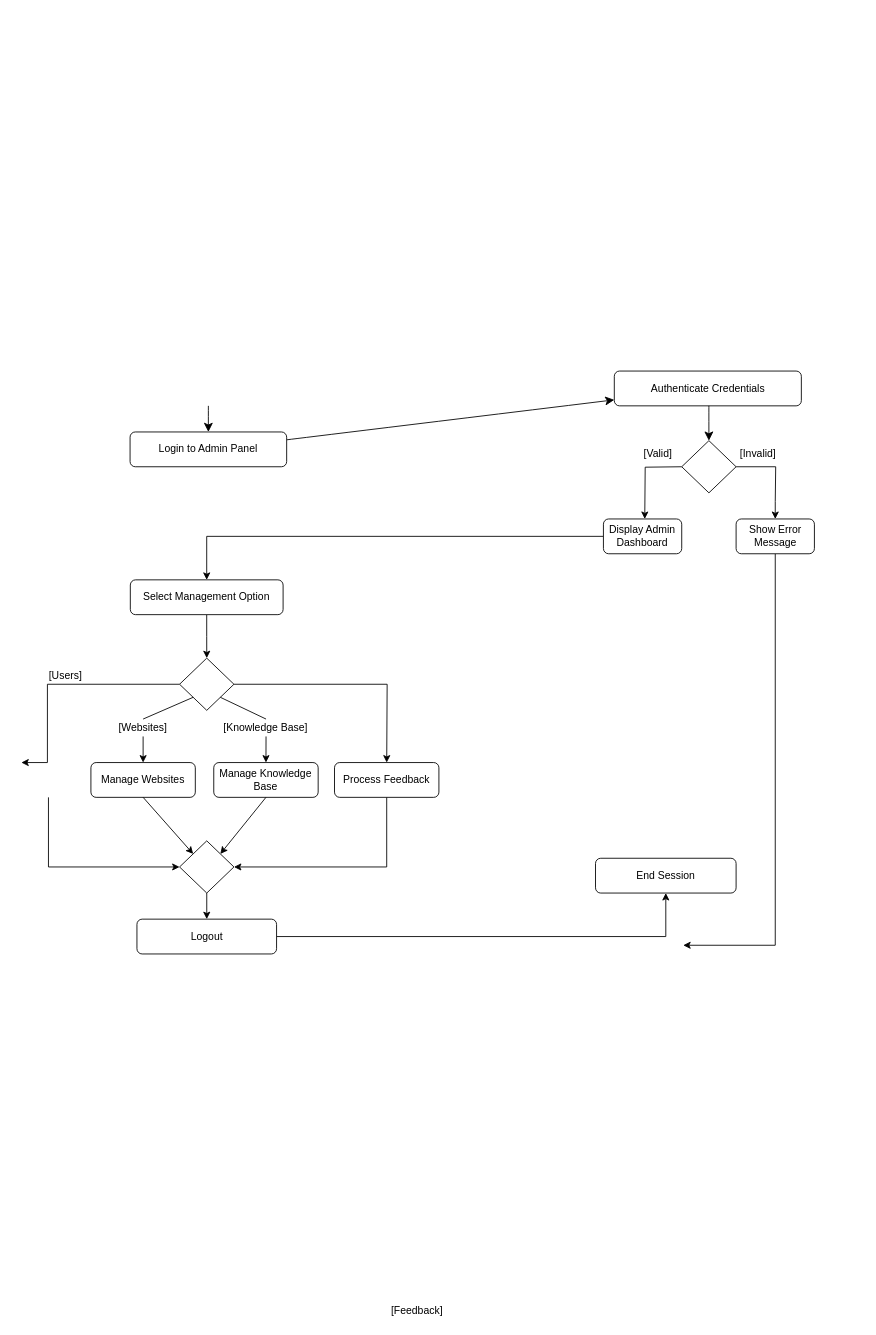
Above: page "Page-1" (4 of 9) of Untitled Diagram.drawio in FrozenEnigma51051/Draw.io (draw.io), before the change. Source tidied: cells renumbered, new cells numbered last; positions are measured from the earlier drawing's top-left corner, leaving out a move shared by most shapes. Both pictures are drawn from the tidied source at 87%, with x=0, y=0 at pixel (21, 23).
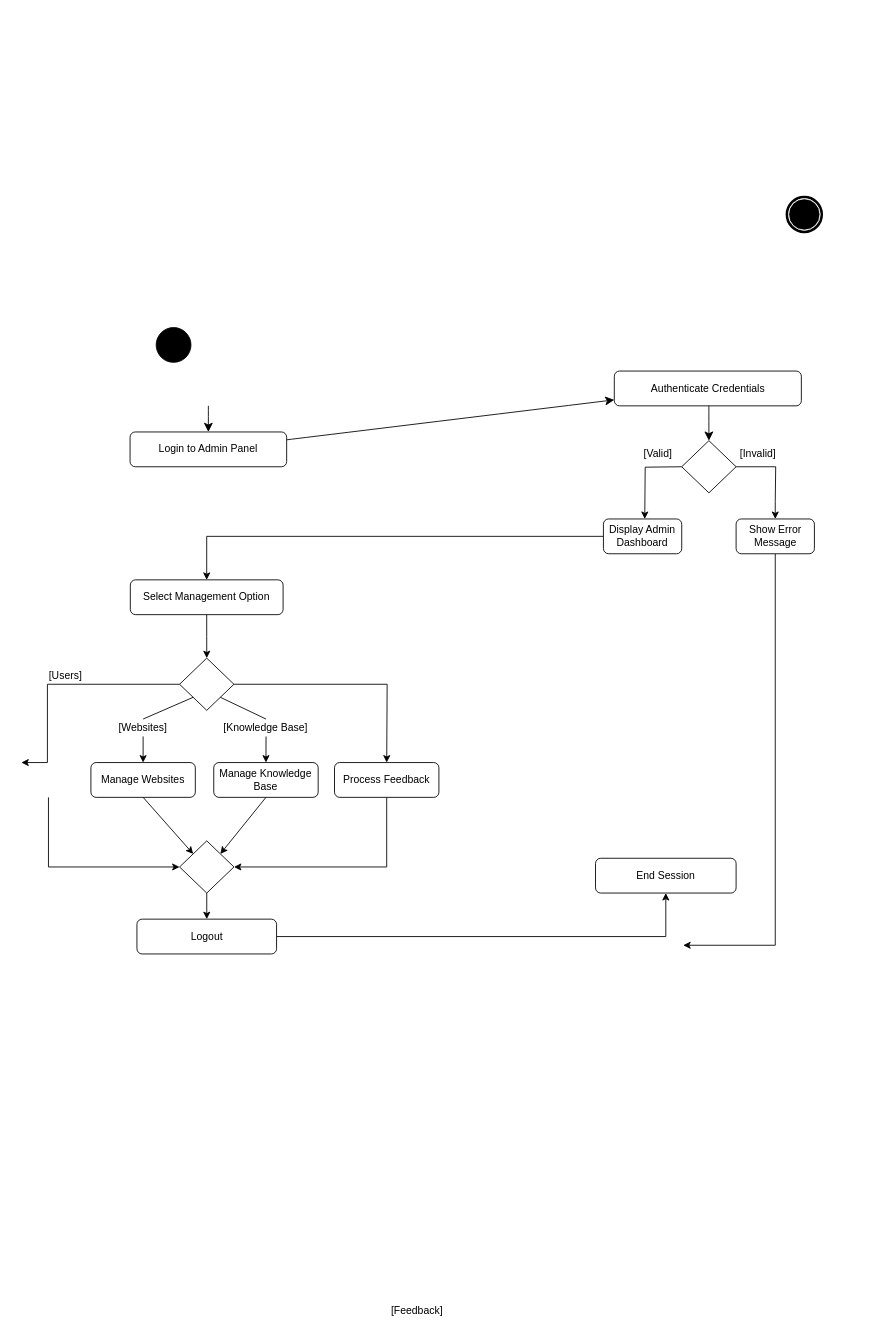
After the change.

Diff of the diagram source:
```diff
@@
+    <mxCell id="43" style="ellipse;whiteSpace=wrap;html=1;rounded=0;shadow=0;comic=0;labelBackgroundColor=none;strokeWidth=1;fillColor=#000000;fontFamily=Verdana;fontSize=12;align=center;" parent="1" vertex="1">
+      <mxGeometry x="155" y="350" width="40" height="40" as="geometry" />
+    </mxCell>
+    <mxCell id="44" style="shape=mxgraph.bpmn.shape;html=1;verticalLabelPosition=bottom;labelBackgroundColor=#ffffff;verticalAlign=top;perimeter=ellipsePerimeter;outline=end;symbol=terminate;rounded=0;shadow=0;comic=0;strokeWidth=1;fontFamily=Verdana;fontSize=12;align=center;" parent="1" vertex="1">
+      <mxGeometry x="880" y="200" width="40" height="40" as="geometry" />
+    </mxCell>
```
